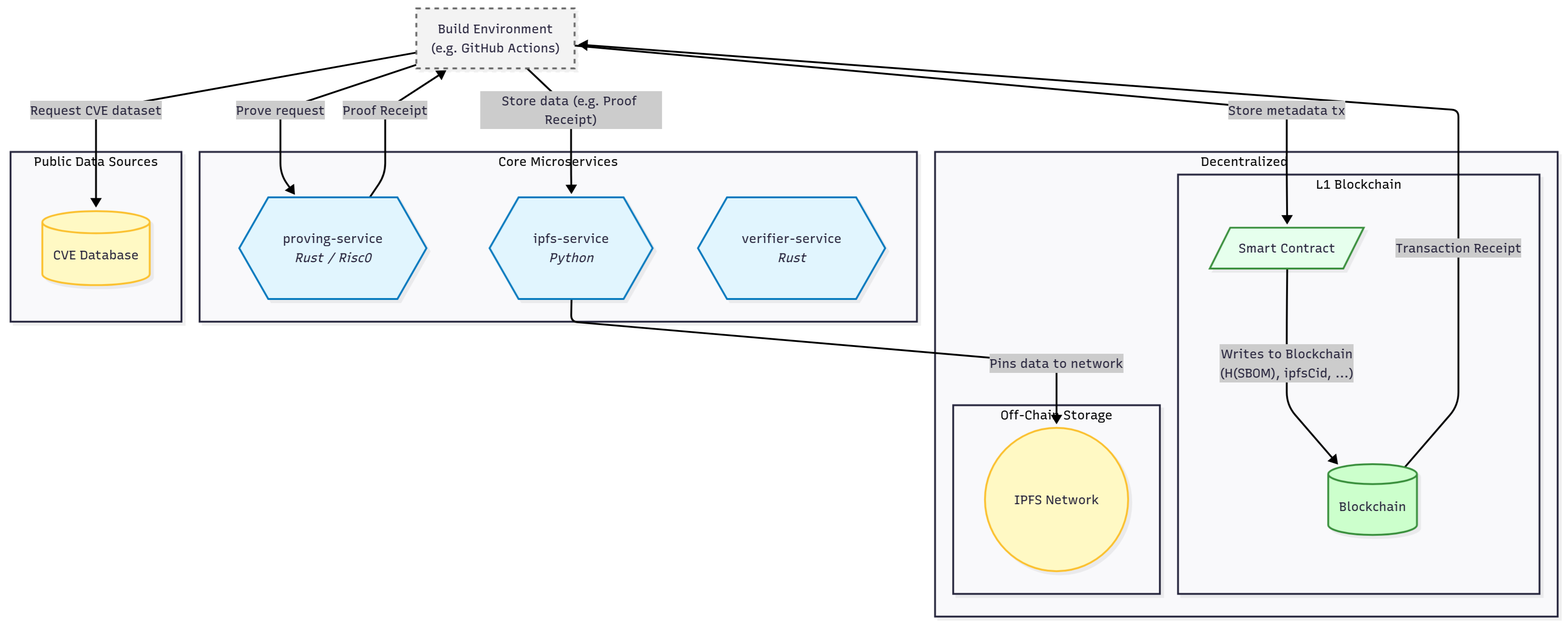
The Mermaid diagram docs/architecture/System Architecture.png in tuberlin-blockchain-prototyping/sharing-sbom-system, before a commit. Its source is kept beside it as docs/architecture/System Architecture.mmd.
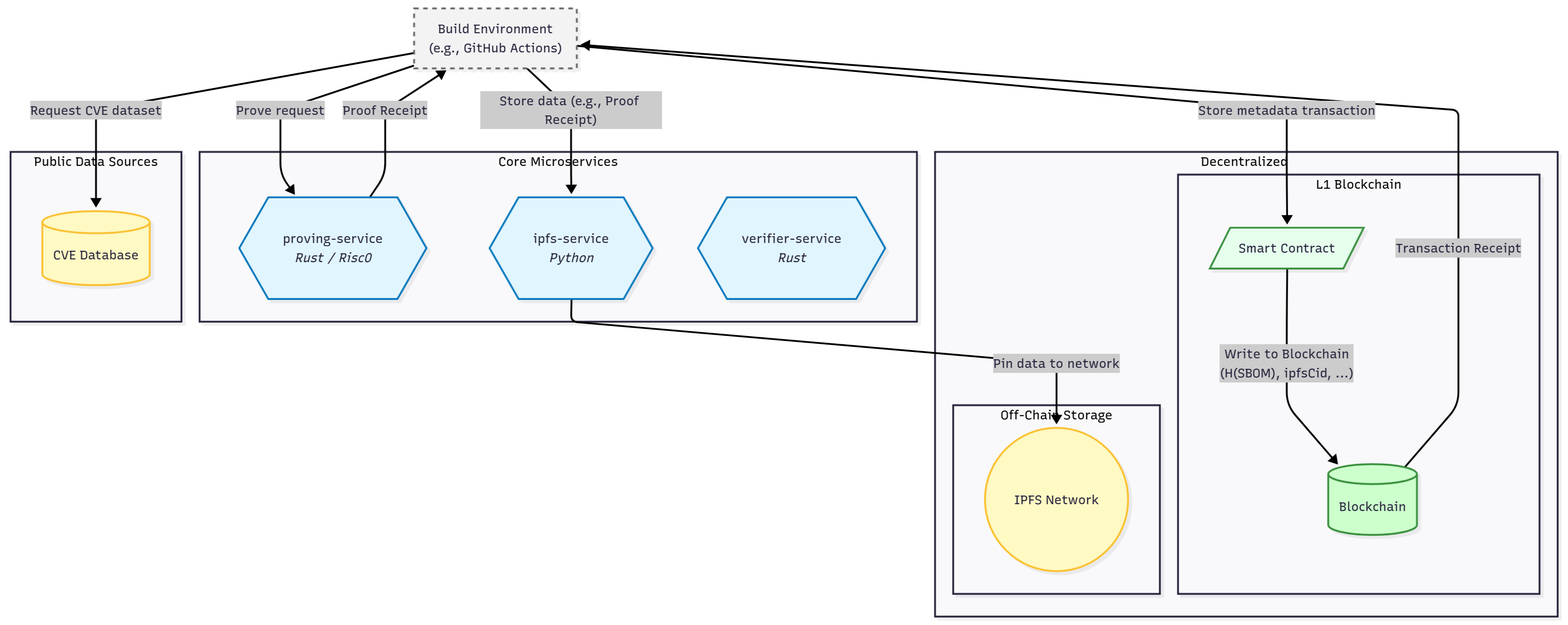
Later version of the same file.

Diff of the diagram source:
```diff
@@ -4,17 +4,12 @@
     classDef blockchain shape:cylinder,fill:#cfc,stroke:#388e3c,stroke-width:2px;
     classDef external fill:#f3f3f3,stroke:#666,stroke-width:2px,stroke-dasharray: 5 5;
     classDef contract shape:parallelogram,fill:#e6ffed,stroke:#388e3c,stroke-width:2px;
-
-
-    TBE["Build Environment<br/>(e.g. GitHub Actions)"]:::external
-
+    TBE["Build Environment<br/>(e.g., GitHub Actions)"]:::external
     subgraph Core_Services [Core Microservices]
         Prover{{proving-service<br/><i>Rust / Risc0</i>}}:::microservice
         IPFS_Svc{{ipfs-service<br/><i>Python</i>}}:::microservice
         Verifier{{verifier-service<br/><i>Rust</i>}}:::microservice
-
     end
-
     subgraph Decentralized_Infrastructure [Decentralized Infrastructure]
         direction LR
 
@@ -22,7 +17,7 @@
             direction TB
             SmartContract[/Smart Contract/]:::contract
             Chain[("Blockchain")]:::blockchain
-            SmartContract -- "Writes to Blockchain<br/>(H(SBOM), ipfsCid, ...)" --> Chain
+            SmartContract -- "Write to Blockchain<br/>(H(SBOM), ipfsCid, ...)" --> Chain
         end
 
         subgraph Off_Chain_Storage [Off-Chain Storage]
@@ -34,13 +29,11 @@
     subgraph Public_Data [Public Data Sources]
         CVE[(CVE Database)]:::storage
     end
-
     TBE -- "Request CVE dataset" --> CVE
     TBE -- "Prove request" --> Prover
-    TBE -- "Store metadata tx" --> SmartContract
-    TBE -- "Store data (e.g. Proof Receipt)" --> IPFS_Svc
+    TBE -- "Store metadata transaction" --> SmartContract
+    TBE -- "Store data (e.g., Proof Receipt)" --> IPFS_Svc
 
     Prover -- "Proof Receipt" --> TBE
     Chain -- "Transaction Receipt" --> TBE
-
-    IPFS_Svc -- "Pins data to network" --> IPFS_Net
+    IPFS_Svc -- "Pin data to network" --> IPFS_Net
```
